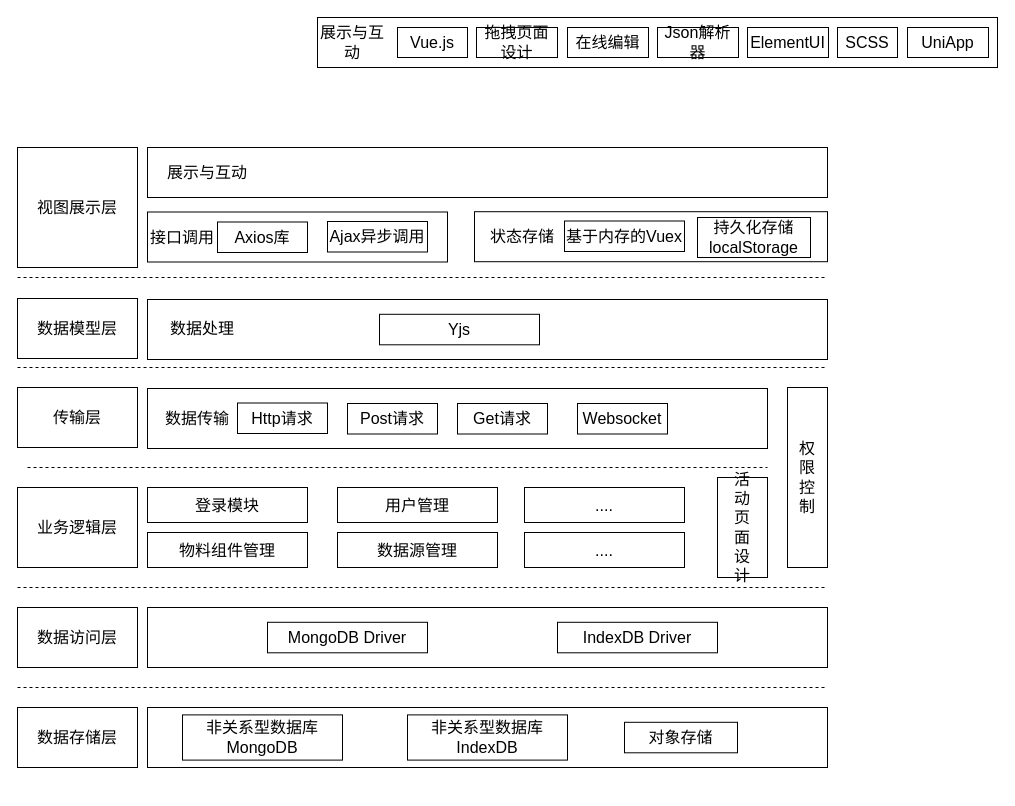
yuxinyu12345/diagrams keeps this draw.io diagram as 第四章/系统架构设计.drawio. Above is the earlier version. Source tidied: cells renumbered, new cells numbered last; positions are measured from the earlier drawing's top-left corner, leaving out a move shared by most shapes. Both pictures are drawn from the tidied source at 100%, with x=0, y=0 at pixel (17, 17).
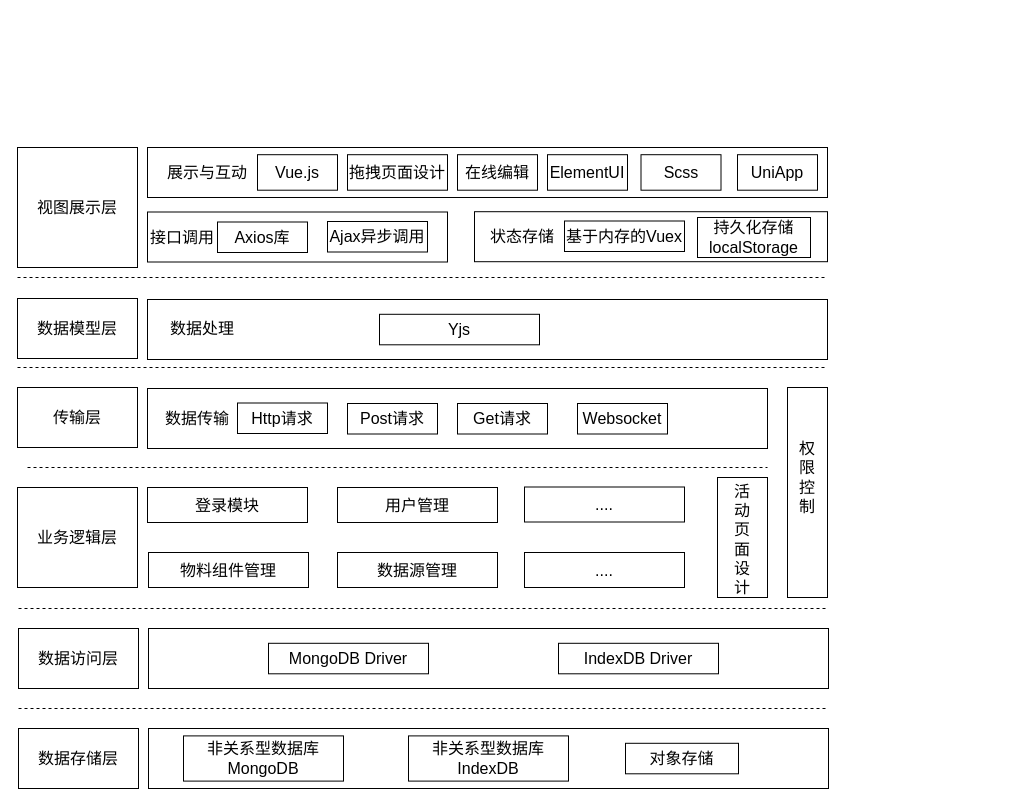
After the change.

Commit message (it also covers changes not shown here):
更新系统架构设计.drawio

Change to the diagram source:
```diff
@@
     <mxCell id="4" value="&lt;p style=&quot;margin: 0pt 0pt 0.0001pt; text-align: justify; font-family: &amp;quot;Times New Roman&amp;quot;; font-size: 16px;&quot; class=&quot;MsoNormal&quot;&gt;业务逻辑层&lt;/p&gt;" style="rounded=0;whiteSpace=wrap;html=1;fontSize=16;" parent="1" vertex="1">
-      <mxGeometry y="470" width="120" height="80" as="geometry" />
+      <mxGeometry y="470" width="120" height="100" as="geometry" />
     </mxCell>
     <mxCell id="5" value="&lt;p style=&quot;margin: 0pt 0pt 0.0001pt; text-align: justify; font-family: &amp;quot;Times New Roman&amp;quot;; font-size: 16px;&quot; class=&quot;MsoNormal&quot;&gt;数据访问层&lt;/p&gt;" style="rounded=0;whiteSpace=wrap;html=1;fontSize=16;" parent="1" vertex="1">
-      <mxGeometry y="590" width="120" height="60" as="geometry" />
+      <mxGeometry x="1" y="611" width="120" height="60" as="geometry" />
     </mxCell>
     <mxCell id="6" value="&lt;p style=&quot;margin: 0pt 0pt 0.0001pt; text-align: justify; font-family: &amp;quot;Times New Roman&amp;quot;; font-size: 16px;&quot; class=&quot;MsoNormal&quot;&gt;数据存储层&lt;/p&gt;" style="rounded=0;whiteSpace=wrap;html=1;fontSize=16;" parent="1" vertex="1">
-      <mxGeometry y="690" width="120" height="60" as="geometry" />
+      <mxGeometry x="1" y="711" width="120" height="60" as="geometry" />
     </mxCell>
@@
-    <mxCell id="9" style="group;fontSize=16;" parent="1" vertex="1">
-      <mxGeometry x="300" width="680" height="50" as="geometry" />
-    </mxCell>
-    <mxCell id="10" style="rounded=0;whiteSpace=wrap;html=1;fontSize=16;" parent="9" vertex="1">
-      <mxGeometry width="680" height="50" as="geometry" />
-    </mxCell>
-    <mxCell id="11" style="group;fontSize=16;" parent="9" vertex="1">
-      <mxGeometry y="10" width="671" height="30" as="geometry" />
-    </mxCell>
-    <mxCell id="12" value="展示与互动" style="text;html=1;strokeColor=none;fillColor=none;align=center;verticalAlign=middle;whiteSpace=wrap;rounded=0;fontSize=16;" parent="11" vertex="1">
-      <mxGeometry width="70" height="30" as="geometry" />
-    </mxCell>
-    <mxCell id="13" value="Vue.js" style="rounded=0;whiteSpace=wrap;html=1;fontSize=16;" parent="11" vertex="1">
-      <mxGeometry x="80" width="70" height="30" as="geometry" />
-    </mxCell>
-    <mxCell id="14" value="拖拽页面设计" style="rounded=0;whiteSpace=wrap;html=1;fontSize=16;" parent="11" vertex="1">
-      <mxGeometry x="159" width="81" height="30" as="geometry" />
-    </mxCell>
-    <mxCell id="15" value="在线编辑" style="rounded=0;whiteSpace=wrap;html=1;fontSize=16;" parent="11" vertex="1">
-      <mxGeometry x="250" width="81" height="30" as="geometry" />
-    </mxCell>
-    <mxCell id="16" value="Json解析器" style="rounded=0;whiteSpace=wrap;html=1;fontSize=16;" parent="11" vertex="1">
-      <mxGeometry x="340" width="81" height="30" as="geometry" />
-    </mxCell>
-    <mxCell id="17" value="ElementUI" style="rounded=0;whiteSpace=wrap;html=1;fontSize=16;" parent="11" vertex="1">
-      <mxGeometry x="430" width="81" height="30" as="geometry" />
-    </mxCell>
-    <mxCell id="18" value="SCSS" style="rounded=0;whiteSpace=wrap;html=1;fontSize=16;" parent="11" vertex="1">
-      <mxGeometry x="520" width="60" height="30" as="geometry" />
-    </mxCell>
-    <mxCell id="19" value="UniApp" style="rounded=0;whiteSpace=wrap;html=1;fontSize=16;" parent="11" vertex="1">
-      <mxGeometry x="590" width="81" height="30" as="geometry" />
-    </mxCell>
@@
     <mxCell id="37" value="物料组件管理" style="rounded=0;whiteSpace=wrap;html=1;fontSize=16;" parent="1" vertex="1">
-      <mxGeometry x="130" y="515" width="160" height="35" as="geometry" />
+      <mxGeometry x="131" y="535" width="160" height="35" as="geometry" />
     </mxCell>
@@
     <mxCell id="39" value="数据源管理" style="rounded=0;whiteSpace=wrap;html=1;fontSize=16;" parent="1" vertex="1">
-      <mxGeometry x="320" y="515" width="160" height="35" as="geometry" />
+      <mxGeometry x="320" y="535" width="160" height="35" as="geometry" />
     </mxCell>
     <mxCell id="40" value="...." style="rounded=0;whiteSpace=wrap;html=1;fontSize=16;" parent="1" vertex="1">
-      <mxGeometry x="507" y="470" width="160" height="35" as="geometry" />
+      <mxGeometry x="507" y="469.5" width="160" height="35" as="geometry" />
     </mxCell>
     <mxCell id="41" value="...." style="rounded=0;whiteSpace=wrap;html=1;fontSize=16;" parent="1" vertex="1">
-      <mxGeometry x="507" y="515" width="160" height="35" as="geometry" />
+      <mxGeometry x="507" y="535" width="160" height="35" as="geometry" />
     </mxCell>
     <mxCell id="42" style="rounded=0;whiteSpace=wrap;html=1;fontSize=16;" parent="1" vertex="1">
-      <mxGeometry x="700" y="460" width="50" height="100" as="geometry" />
+      <mxGeometry x="700" y="460" width="50" height="120" as="geometry" />
     </mxCell>
     <mxCell id="43" value="活动页面设计" style="text;html=1;strokeColor=none;fillColor=none;align=center;verticalAlign=middle;whiteSpace=wrap;rounded=0;fontSize=16;" parent="1" vertex="1">
-      <mxGeometry x="720" y="492.5" width="10" height="35" as="geometry" />
+      <mxGeometry x="720" y="504.5" width="10" height="35" as="geometry" />
     </mxCell>
     <mxCell id="44" style="rounded=0;whiteSpace=wrap;html=1;fontSize=16;" parent="1" vertex="1">
-      <mxGeometry x="770" y="370" width="40" height="180" as="geometry" />
+      <mxGeometry x="770" y="370" width="40" height="210" as="geometry" />
     </mxCell>
@@
     <mxCell id="46" style="rounded=0;whiteSpace=wrap;html=1;fontSize=16;" parent="1" vertex="1">
-      <mxGeometry x="130" y="590" width="680" height="60" as="geometry" />
+      <mxGeometry x="131" y="611" width="680" height="60" as="geometry" />
     </mxCell>
     <mxCell id="47" value="MongoDB Driver" style="rounded=0;whiteSpace=wrap;html=1;fontSize=16;" parent="1" vertex="1">
-      <mxGeometry x="250" y="604.8" width="160" height="30.5" as="geometry" />
+      <mxGeometry x="251" y="625.8" width="160" height="30.5" as="geometry" />
     </mxCell>
     <mxCell id="48" value="IndexDB Driver" style="rounded=0;whiteSpace=wrap;html=1;fontSize=16;" parent="1" vertex="1">
-      <mxGeometry x="540" y="604.8" width="160" height="30.5" as="geometry" />
+      <mxGeometry x="541" y="625.8" width="160" height="30.5" as="geometry" />
     </mxCell>
     <mxCell id="49" style="rounded=0;whiteSpace=wrap;html=1;fontSize=16;" parent="1" vertex="1">
-      <mxGeometry x="130" y="690" width="680" height="60" as="geometry" />
+      <mxGeometry x="131" y="711" width="680" height="60" as="geometry" />
     </mxCell>
     <mxCell id="50" value="非关系型数据库MongoDB" style="rounded=0;whiteSpace=wrap;html=1;fontSize=16;" parent="1" vertex="1">
-      <mxGeometry x="165" y="697.4" width="160" height="45.2" as="geometry" />
+      <mxGeometry x="166" y="718.4" width="160" height="45.2" as="geometry" />
     </mxCell>
     <mxCell id="51" value="非关系型数据库IndexDB" style="rounded=0;whiteSpace=wrap;html=1;fontSize=16;" parent="1" vertex="1">
-      <mxGeometry x="390" y="697.4" width="160" height="45.2" as="geometry" />
+      <mxGeometry x="391" y="718.4" width="160" height="45.2" as="geometry" />
     </mxCell>
     <mxCell id="52" value="对象存储" style="rounded=0;whiteSpace=wrap;html=1;fontSize=16;" parent="1" vertex="1">
-      <mxGeometry x="607" y="704.8" width="113" height="30.5" as="geometry" />
+      <mxGeometry x="608" y="725.8" width="113" height="30.5" as="geometry" />
     </mxCell>
@@
     <mxCell id="56" style="endArrow=none;dashed=1;html=1;rounded=0;fontSize=16;" parent="1" edge="1">
       <mxGeometry relative="1" as="geometry">
-        <mxPoint y="670" as="sourcePoint" />
-        <mxPoint x="810" y="670" as="targetPoint" />
+        <mxPoint x="1" y="691" as="sourcePoint" />
+        <mxPoint x="811" y="691" as="targetPoint" />
       </mxGeometry>
     </mxCell>
     <mxCell id="57" style="endArrow=none;dashed=1;html=1;rounded=0;fontSize=16;" parent="1" edge="1">
       <mxGeometry relative="1" as="geometry">
-        <mxPoint y="570" as="sourcePoint" />
-        <mxPoint x="810" y="570" as="targetPoint" />
+        <mxPoint x="1" y="591" as="sourcePoint" />
+        <mxPoint x="811" y="591" as="targetPoint" />
       </mxGeometry>
     </mxCell>
@@
+    <mxCell id="13" value="Vue.js" style="rounded=0;whiteSpace=wrap;html=1;fontSize=16;" parent="1" vertex="1">
+      <mxGeometry x="240" y="137.2" width="80" height="35.5" as="geometry" />
+    </mxCell>
+    <mxCell id="14" value="拖拽页面设计" style="rounded=0;whiteSpace=wrap;html=1;fontSize=16;" parent="1" vertex="1">
+      <mxGeometry x="330" y="137.2" width="100" height="35.5" as="geometry" />
+    </mxCell>
+    <mxCell id="15" value="在线编辑" style="rounded=0;whiteSpace=wrap;html=1;fontSize=16;" parent="1" vertex="1">
+      <mxGeometry x="440" y="137.2" width="80" height="35.5" as="geometry" />
+    </mxCell>
+    <mxCell id="17" value="ElementUI" style="rounded=0;whiteSpace=wrap;html=1;fontSize=16;" parent="1" vertex="1">
+      <mxGeometry x="530" y="137.2" width="80" height="35.5" as="geometry" />
+    </mxCell>
+    <mxCell id="60" value="Scss" style="rounded=0;whiteSpace=wrap;html=1;fontSize=16;" parent="1" vertex="1">
+      <mxGeometry x="623.5" y="137.2" width="80" height="35.5" as="geometry" />
+    </mxCell>
+    <mxCell id="19" value="UniApp" style="rounded=0;whiteSpace=wrap;html=1;fontSize=16;" parent="1" vertex="1">
+      <mxGeometry x="720" y="137.2" width="80" height="35.5" as="geometry" />
+    </mxCell>
```
